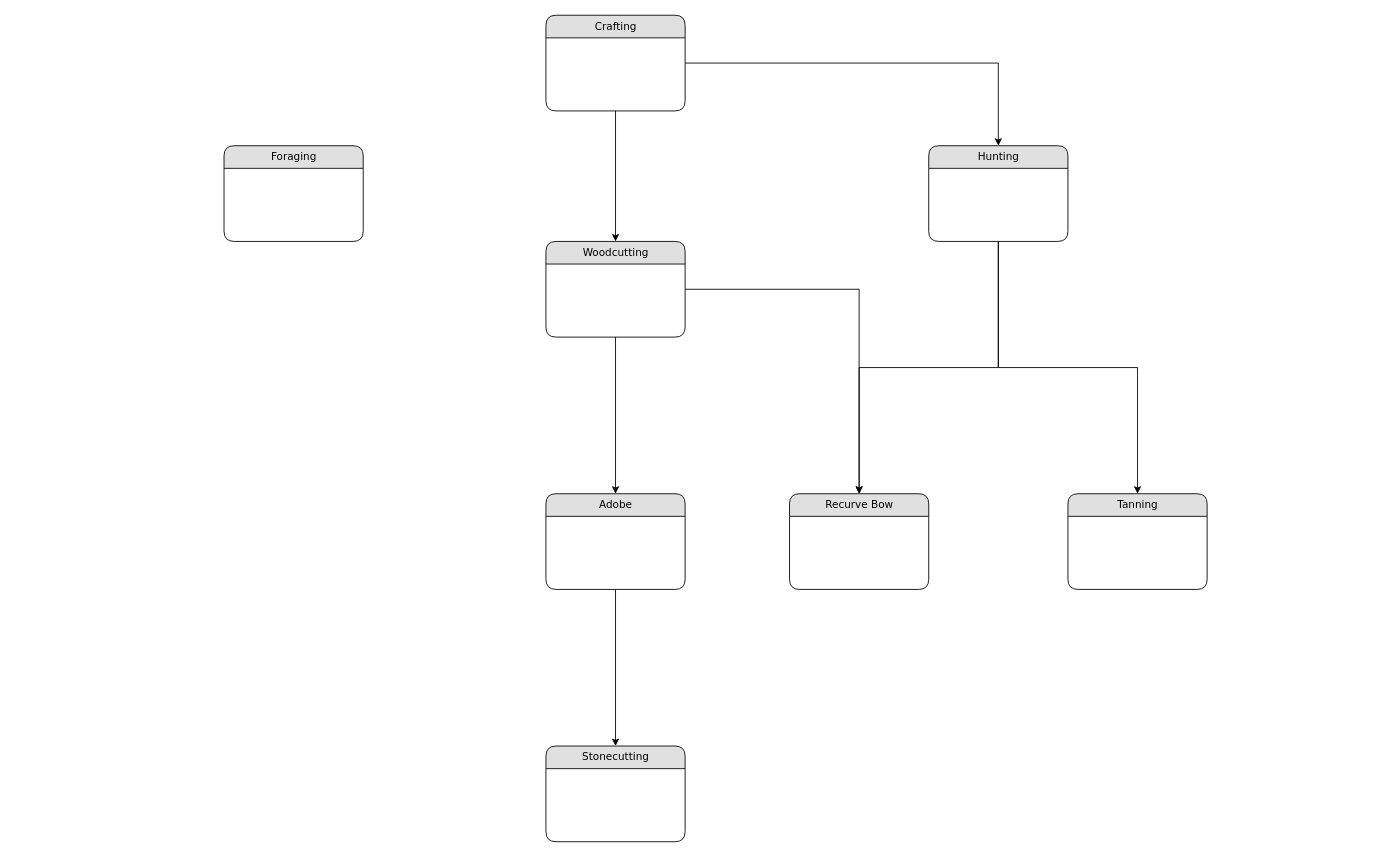
Above: Triabl Tech.drawio in WaveshaperAT/stuff (draw.io), before the change. Source tidied: cells renumbered, new cells numbered last; positions are measured from the earlier drawing's top-left corner, leaving out a move shared by most shapes. Both pictures are drawn from the tidied source at 87%, with x=0, y=0 at pixel (224, 15).
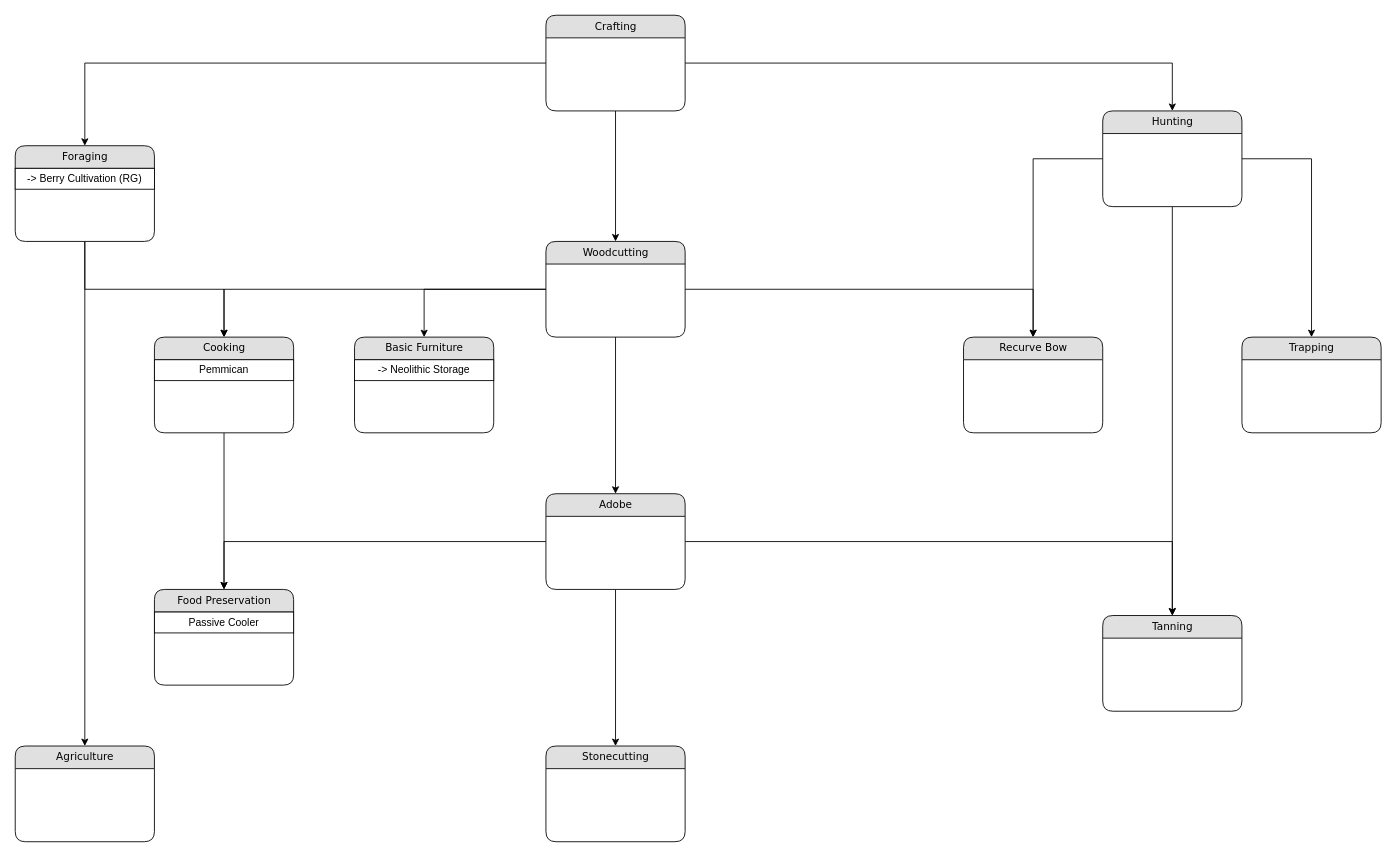
Above is the later version.

The change refers to these unchanged cells:
```xml
<mxCell id="4" value="Crafting" style="swimlane;html=1;fontStyle=0;horizontal=1;startSize=26;fillColor=#e0e0e0;swimlaneFillColor=#ffffff;align=center;rounded=1;shadow=0;comic=0;labelBackgroundColor=none;strokeWidth=1;fontFamily=Verdana;fontSize=12;" parent="1" vertex="1">
  <mxGeometry x="370" width="160" height="110" as="geometry" />
</mxCell>
<mxCell id="7" value="Woodcutting" style="swimlane;html=1;fontStyle=0;horizontal=1;startSize=26;fillColor=#e0e0e0;swimlaneFillColor=#ffffff;align=center;rounded=1;shadow=0;comic=0;labelBackgroundColor=none;strokeWidth=1;fontFamily=Verdana;fontSize=12;" parent="1" vertex="1">
  <mxGeometry x="370" y="260" width="160" height="110" as="geometry" />
</mxCell>
<mxCell id="9" value="Adobe" style="swimlane;html=1;fontStyle=0;horizontal=1;startSize=26;fillColor=#e0e0e0;swimlaneFillColor=#ffffff;align=center;rounded=1;shadow=0;comic=0;labelBackgroundColor=none;strokeWidth=1;fontFamily=Verdana;fontSize=12;" parent="1" vertex="1">
  <mxGeometry x="370" y="550" width="160" height="110" as="geometry" />
</mxCell>
```

Change to the diagram source:
```diff
@@
+    <mxCell id="17" style="edgeStyle=orthogonalEdgeStyle;rounded=0;jettySize=auto;html=1;exitX=0;exitY=0.5;exitDx=0;exitDy=0;entryX=0.5;entryY=0;entryDx=0;entryDy=0;" parent="1" edge="1" source="4" target="16">
+      <mxGeometry relative="1" as="geometry" />
+    </mxCell>
@@
+    <mxCell id="18" style="edgeStyle=orthogonalEdgeStyle;rounded=0;jettySize=auto;html=1;exitX=0;exitY=0.5;exitDx=0;exitDy=0;entryX=0.5;entryY=0;entryDx=0;entryDy=0;" parent="1" edge="1" source="7" target="27">
+      <mxGeometry relative="1" as="geometry" />
+    </mxCell>
+    <mxCell id="19" style="edgeStyle=orthogonalEdgeStyle;rounded=0;jettySize=auto;html=1;exitX=0;exitY=0.5;exitDx=0;exitDy=0;entryX=0.5;entryY=0;entryDx=0;entryDy=0;" parent="1" edge="1" source="7" target="32">
+      <mxGeometry relative="1" as="geometry" />
+    </mxCell>
@@
+    <mxCell id="20" style="edgeStyle=orthogonalEdgeStyle;rounded=0;jettySize=auto;html=1;exitX=1;exitY=0.5;exitDx=0;exitDy=0;entryX=0.5;entryY=0;entryDx=0;entryDy=0;" parent="1" edge="1" source="9" target="14">
+      <mxGeometry relative="1" as="geometry" />
+    </mxCell>
+    <mxCell id="21" style="edgeStyle=orthogonalEdgeStyle;rounded=0;jettySize=auto;html=1;exitX=0;exitY=0.5;exitDx=0;exitDy=0;entryX=0.5;entryY=0;entryDx=0;entryDy=0;" parent="1" edge="1" source="9" target="29">
+      <mxGeometry relative="1" as="geometry" />
+    </mxCell>
@@
-    <mxCell id="12" style="edgeStyle=orthogonalEdgeStyle;rounded=0;jettySize=auto;html=1;exitX=0.5;exitY=1;exitDx=0;exitDy=0;entryX=0.5;entryY=0;entryDx=0;entryDy=0;" parent="1" edge="1" source="13" target="15">
+    <mxCell id="12" style="edgeStyle=orthogonalEdgeStyle;rounded=0;jettySize=auto;html=1;exitX=0;exitY=0.5;exitDx=0;exitDy=0;entryX=0.5;entryY=0;entryDx=0;entryDy=0;" parent="1" edge="1" source="13" target="15">
       <mxGeometry relative="1" as="geometry" />
     </mxCell>
+    <mxCell id="22" style="edgeStyle=orthogonalEdgeStyle;rounded=0;jettySize=auto;html=1;exitX=1;exitY=0.5;exitDx=0;exitDy=0;entryX=0.5;entryY=0;entryDx=0;entryDy=0;" parent="1" edge="1" source="13" target="31">
+      <mxGeometry relative="1" as="geometry" />
+    </mxCell>
     <mxCell id="13" value="Hunting" style="swimlane;html=1;fontStyle=0;horizontal=1;startSize=26;fillColor=#e0e0e0;swimlaneFillColor=#ffffff;align=center;rounded=1;shadow=0;comic=0;labelBackgroundColor=none;strokeWidth=1;fontFamily=Verdana;fontSize=12;" parent="1" vertex="1">
-      <mxGeometry x="810" y="150" width="160" height="110" as="geometry" />
+      <mxGeometry x="1010" y="110" width="160" height="110" as="geometry" />
     </mxCell>
     <mxCell id="14" value="Tanning" style="swimlane;html=1;fontStyle=0;horizontal=1;startSize=26;fillColor=#e0e0e0;swimlaneFillColor=#ffffff;align=center;rounded=1;shadow=0;comic=0;labelBackgroundColor=none;strokeWidth=1;fontFamily=Verdana;fontSize=12;" parent="1" vertex="1">
-      <mxGeometry x="970" y="550" width="160" height="110" as="geometry" />
+      <mxGeometry x="1010" y="690" width="160" height="110" as="geometry" />
     </mxCell>
     <mxCell id="15" value="Recurve Bow" style="swimlane;html=1;fontStyle=0;horizontal=1;startSize=26;fillColor=#e0e0e0;swimlaneFillColor=#ffffff;align=center;rounded=1;shadow=0;comic=0;labelBackgroundColor=none;strokeWidth=1;fontFamily=Verdana;fontSize=12;" parent="1" vertex="1">
-      <mxGeometry x="650" y="550" width="160" height="110" as="geometry" />
+      <mxGeometry x="850" y="370" width="160" height="110" as="geometry" />
     </mxCell>
+    <mxCell id="23" style="edgeStyle=orthogonalEdgeStyle;rounded=0;jettySize=auto;html=1;exitX=0.5;exitY=1;exitDx=0;exitDy=0;entryX=0.5;entryY=0;entryDx=0;entryDy=0;" parent="1" edge="1" source="16" target="27">
+      <mxGeometry relative="1" as="geometry" />
+    </mxCell>
+    <mxCell id="24" style="edgeStyle=orthogonalEdgeStyle;rounded=0;jettySize=auto;html=1;exitX=0.5;exitY=1;exitDx=0;exitDy=0;entryX=0.5;entryY=0;entryDx=0;entryDy=0;" parent="1" edge="1" source="16" target="34">
+      <mxGeometry relative="1" as="geometry" />
+    </mxCell>
     <mxCell id="16" value="Foraging" style="swimlane;html=1;fontStyle=0;horizontal=1;startSize=26;fillColor=#e0e0e0;swimlaneFillColor=#ffffff;align=center;rounded=1;shadow=0;comic=0;labelBackgroundColor=none;strokeWidth=1;fontFamily=Verdana;fontSize=12;" parent="1" vertex="1">
-      <mxGeometry y="150" width="160" height="110" as="geometry" />
+      <mxGeometry x="-240" y="150" width="160" height="110" as="geometry" />
     </mxCell>
+    <mxCell id="25" value="-&amp;gt; Berry Cultivation (RG)" style="rounded=0;whiteSpace=wrap;html=1;" parent="16" vertex="1">
+      <mxGeometry y="26" width="160" height="24" as="geometry" />
+    </mxCell>
+    <mxCell id="26" style="edgeStyle=orthogonalEdgeStyle;rounded=0;jettySize=auto;html=1;exitX=0.5;exitY=1;exitDx=0;exitDy=0;" parent="1" edge="1" source="27" target="29">
+      <mxGeometry relative="1" as="geometry" />
+    </mxCell>
+    <mxCell id="27" value="Cooking" style="swimlane;html=1;fontStyle=0;horizontal=1;startSize=26;fillColor=#e0e0e0;swimlaneFillColor=#ffffff;align=center;rounded=1;shadow=0;comic=0;labelBackgroundColor=none;strokeWidth=1;fontFamily=Verdana;fontSize=12;" parent="1" vertex="1">
+      <mxGeometry x="-80" y="370" width="160" height="110" as="geometry" />
+    </mxCell>
+    <mxCell id="28" value="Pemmican" style="rounded=0;whiteSpace=wrap;html=1;" parent="27" vertex="1">
+      <mxGeometry y="26" width="160" height="24" as="geometry" />
+    </mxCell>
+    <mxCell id="29" value="Food Preservation" style="swimlane;html=1;fontStyle=0;horizontal=1;startSize=26;fillColor=#e0e0e0;swimlaneFillColor=#ffffff;align=center;rounded=1;shadow=0;comic=0;labelBackgroundColor=none;strokeWidth=1;fontFamily=Verdana;fontSize=12;" parent="1" vertex="1">
+      <mxGeometry x="-80" y="660" width="160" height="110" as="geometry" />
+    </mxCell>
+    <mxCell id="30" value="Passive Cooler" style="rounded=0;whiteSpace=wrap;html=1;" parent="29" vertex="1">
+      <mxGeometry y="26" width="160" height="24" as="geometry" />
+    </mxCell>
+    <mxCell id="31" value="Trapping" style="swimlane;html=1;fontStyle=0;horizontal=1;startSize=26;fillColor=#e0e0e0;swimlaneFillColor=#ffffff;align=center;rounded=1;shadow=0;comic=0;labelBackgroundColor=none;strokeWidth=1;fontFamily=Verdana;fontSize=12;" parent="1" vertex="1">
+      <mxGeometry x="1170" y="370" width="160" height="110" as="geometry" />
+    </mxCell>
+    <mxCell id="32" value="Basic Furniture" style="swimlane;html=1;fontStyle=0;horizontal=1;startSize=26;fillColor=#e0e0e0;swimlaneFillColor=#ffffff;align=center;rounded=1;shadow=0;comic=0;labelBackgroundColor=none;strokeWidth=1;fontFamily=Verdana;fontSize=12;" parent="1" vertex="1">
+      <mxGeometry x="150" y="370" width="160" height="110" as="geometry" />
+    </mxCell>
+    <mxCell id="33" value="-&amp;gt; Neolithic Storage" style="rounded=0;whiteSpace=wrap;html=1;" parent="32" vertex="1">
+      <mxGeometry y="26" width="160" height="24" as="geometry" />
+    </mxCell>
+    <mxCell id="34" value="Agriculture" style="swimlane;html=1;fontStyle=0;horizontal=1;startSize=26;fillColor=#e0e0e0;swimlaneFillColor=#ffffff;align=center;rounded=1;shadow=0;comic=0;labelBackgroundColor=none;strokeWidth=1;fontFamily=Verdana;fontSize=12;" parent="1" vertex="1">
+      <mxGeometry x="-240" y="840" width="160" height="110" as="geometry" />
+    </mxCell>
```
